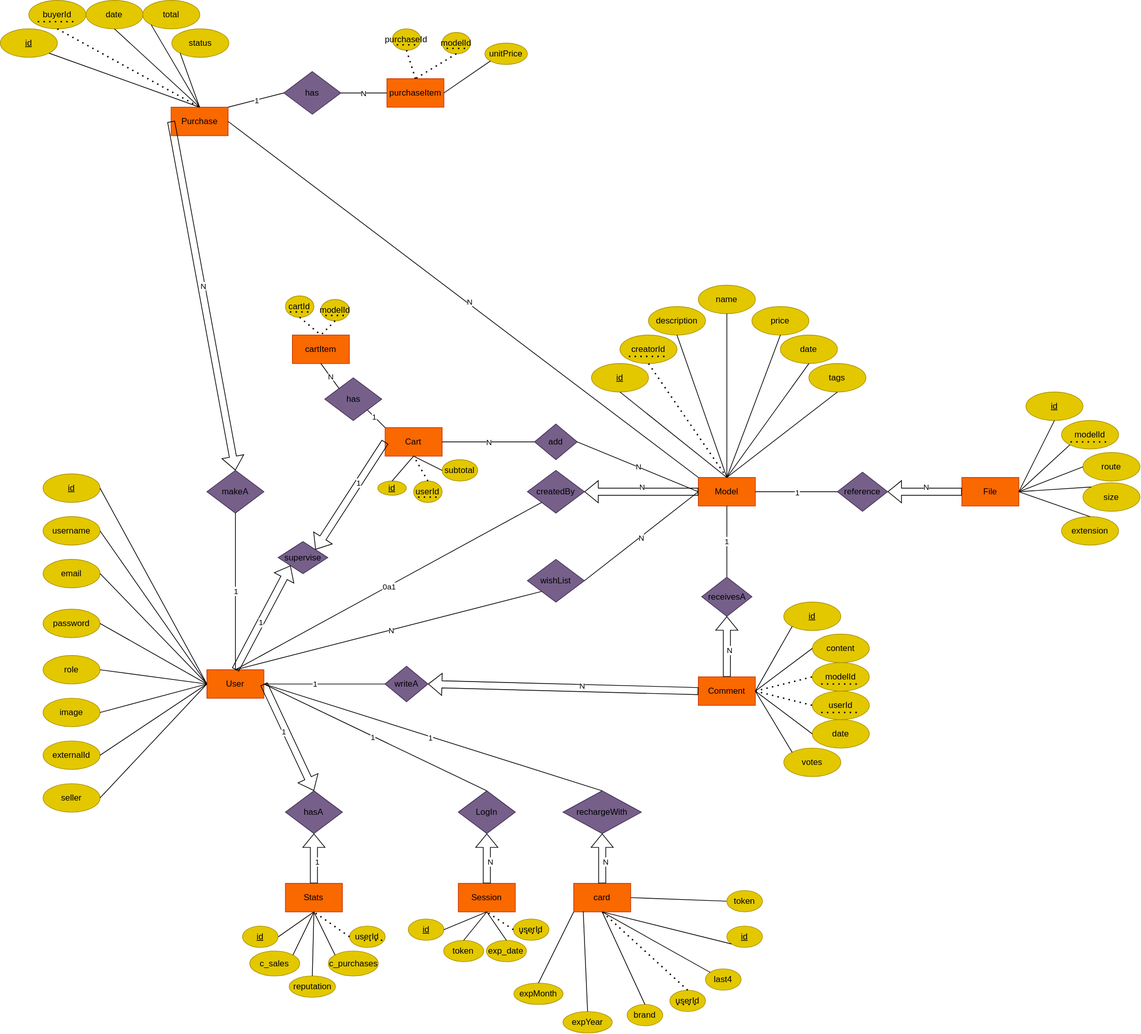
Above: docs/design/tridi.diagrama.svg in IIC2513/Tridi_frontend_26-1 (draw.io), before the change. Source tidied: cells renumbered, new cells last; positions are measured from the earlier drawing's top-left corner, leaving out a move shared by most shapes.
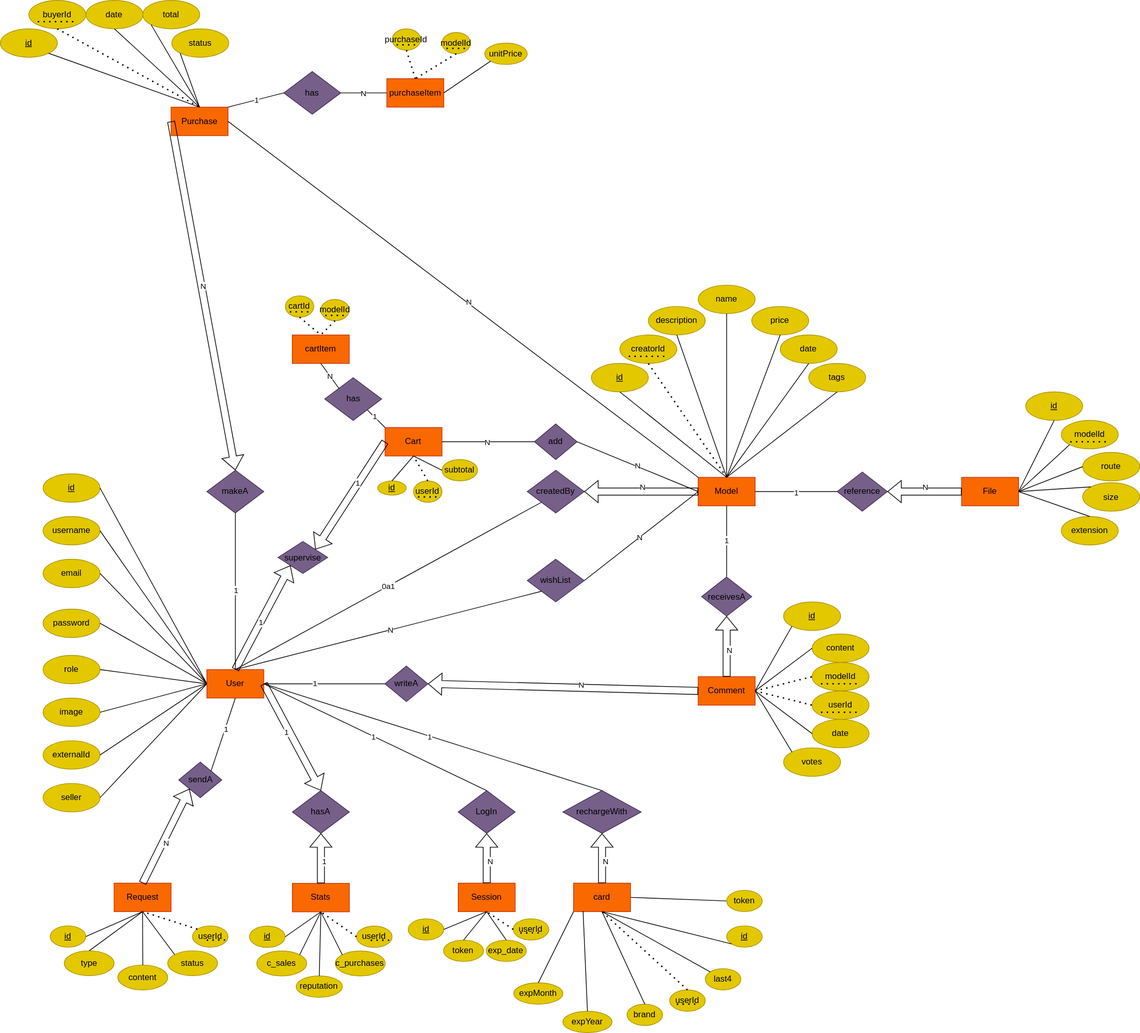
After the change.

Commit message:
docs(Request): The diagram was updated to include the new 'Request' entity for user requests.

Change to the diagram source:
```diff
@@ -66,10 +66,10 @@
       <mxGeometry x="60" y="1100" width="80" height="40" as="geometry" />
     </mxCell>
     <mxCell id="21" value="Stats" style="rounded=0;whiteSpace=wrap;html=1;fillColor=#fa6800;strokeColor=#C73500;strokeWidth=1;fontColor=#000000;" parent="1" vertex="1">
-      <mxGeometry x="400.2" y="1240" width="80" height="40" as="geometry" />
+      <mxGeometry x="410.1" y="1240.3" width="80" height="40" as="geometry" />
     </mxCell>
     <mxCell id="22" value="hasA" style="rhombus;whiteSpace=wrap;html=1;fillColor=#76608a;strokeColor=#432D57;fontColor=#000000;" parent="1" vertex="1">
-      <mxGeometry x="400.2" y="1110" width="80" height="60" as="geometry" />
+      <mxGeometry x="410.1" y="1110" width="80" height="60" as="geometry" />
     </mxCell>
     <mxCell id="23" value="&lt;font color=&quot;#000000&quot;&gt;tags&lt;/font&gt;" style="ellipse;whiteSpace=wrap;html=1;fillColor=#e3c800;strokeColor=#B09500;fontColor=#000000;" parent="1" vertex="1">
       <mxGeometry x="1135.2" y="510" width="80" height="40" as="geometry" />
@@ -312,23 +312,23 @@
       <mxGeometry x="1020" y="1300" width="50" height="30" as="geometry" />
     </mxCell>
     <mxCell id="96" value="&lt;font style=&quot;color: rgb(0, 0, 0);&quot;&gt;&lt;u&gt;id&lt;/u&gt;&lt;/font&gt;" style="ellipse;whiteSpace=wrap;html=1;fillColor=#e3c800;strokeColor=#B09500;fontColor=#000000;" parent="1" vertex="1">
-      <mxGeometry x="340" y="1300" width="50" height="30" as="geometry" />
+      <mxGeometry x="349.9" y="1300.3" width="50" height="30" as="geometry" />
     </mxCell>
     <mxCell id="97" value="reputation" style="ellipse;whiteSpace=wrap;html=1;fillColor=#e3c800;strokeColor=#B09500;fontColor=#000000;" parent="1" vertex="1">
-      <mxGeometry x="405.5" y="1370" width="65" height="30" as="geometry" />
+      <mxGeometry x="415.4" y="1370.3" width="65" height="30" as="geometry" />
     </mxCell>
     <mxCell id="98" style="group;" parent="1" vertex="1">
       <mxGeometry x="490" y="1300" width="80" height="40" as="geometry" />
     </mxCell>
     <mxCell id="99" value="&lt;font color=&quot;#000000&quot;&gt;userId&lt;/font&gt;" style="ellipse;whiteSpace=wrap;html=1;fillColor=#e3c800;strokeColor=#B09500;fontColor=#000000;perimeterSpacing=0;" parent="98" vertex="1">
-      <mxGeometry x="0.2" width="50" height="30" as="geometry" />
+      <mxGeometry x="10.1" y="0.3" width="50" height="30" as="geometry" />
     </mxCell>
     <mxCell id="100" style="endArrow=none;dashed=1;html=1;dashPattern=1 3;strokeWidth=2;rounded=0;fontColor=default;labelBackgroundColor=none;strokeColor=#000000;" parent="98" edge="1">
       <mxGeometry relative="1" as="geometry">
-        <mxPoint x="20.2" y="20" as="sourcePoint" />
-        <mxPoint x="50.2" y="20" as="targetPoint" />
+        <mxPoint x="30.1" y="20.3" as="sourcePoint" />
+        <mxPoint x="60.1" y="20.3" as="targetPoint" />
         <Array as="points">
-          <mxPoint x="47.8" y="19.9" />
+          <mxPoint x="57.6" y="20.1" />
         </Array>
       </mxGeometry>
     </mxCell>
@@ -357,10 +357,10 @@
       <mxGeometry x="2.1" width="56.2" height="30" as="geometry" />
     </mxCell>
     <mxCell id="107" value="c_purchases" style="ellipse;whiteSpace=wrap;html=1;fillColor=#e3c800;strokeColor=#B09500;fontColor=#000000;" parent="1" vertex="1">
-      <mxGeometry x="460.5" y="1335" width="70" height="35" as="geometry" />
+      <mxGeometry x="470.4" y="1335.3" width="70" height="35" as="geometry" />
     </mxCell>
     <mxCell id="108" value="c_sales" style="ellipse;whiteSpace=wrap;html=1;fillColor=#e3c800;strokeColor=#B09500;fontColor=#000000;" parent="1" vertex="1">
-      <mxGeometry x="350.2" y="1335" width="70" height="35" as="geometry" />
+      <mxGeometry x="360.1" y="1335.3" width="70" height="35" as="geometry" />
     </mxCell>
     <mxCell id="109" style="group;" parent="1" vertex="1">
       <mxGeometry x="680.2" y="1320" width="90" height="40" as="geometry" />
@@ -439,7 +439,7 @@
     </mxCell>
     <mxCell id="132" style="endArrow=none;html=1;rounded=0;entryX=0.5;entryY=1;entryDx=0;entryDy=0;exitX=1;exitY=0.5;exitDx=0;exitDy=0;" parent="1" edge="1" target="21">
       <mxGeometry relative="1" as="geometry">
-        <mxPoint x="390.2" y="1315" as="sourcePoint" />
+        <mxPoint x="400.1" y="1315.3" as="sourcePoint" />
       </mxGeometry>
     </mxCell>
     <mxCell id="133" style="endArrow=none;html=1;rounded=0;entryX=0.5;entryY=1;entryDx=0;entryDy=0;exitX=1;exitY=0;exitDx=0;exitDy=0;" parent="1" edge="1" source="108" target="21">
@@ -736,5 +736,62 @@
     <mxCell id="217" style="endArrow=none;html=1;rounded=0;entryX=0.167;entryY=0.983;entryDx=0;entryDy=0;entryPerimeter=0;exitX=0.5;exitY=0;exitDx=0;exitDy=0;" parent="1" edge="1" source="215" target="74">
       <mxGeometry relative="1" as="geometry" />
     </mxCell>
+    <mxCell id="218" value="Request" style="rounded=0;whiteSpace=wrap;html=1;fillColor=#fa6800;strokeColor=#C73500;strokeWidth=1;fontColor=#000000;" parent="1" vertex="1">
+      <mxGeometry x="159.8" y="1240" width="80" height="40" as="geometry" />
+    </mxCell>
+    <mxCell id="219" value="sendA" style="rhombus;whiteSpace=wrap;html=1;fillColor=#76608a;strokeColor=#432D57;fontColor=#000000;" parent="1" vertex="1">
+      <mxGeometry x="250.5" y="1070" width="60.5" height="50" as="geometry" />
+    </mxCell>
+    <mxCell id="220" style="endArrow=none;html=1;rounded=0;exitX=0.5;exitY=1;exitDx=0;exitDy=0;entryX=1;entryY=0;entryDx=0;entryDy=0;" parent="1" edge="1" source="2" target="219">
+      <mxGeometry relative="1" as="geometry" />
+    </mxCell>
+    <mxCell id="221" value="1" style="edgeLabel;html=1;align=center;verticalAlign=middle;" parent="220" vertex="1">
+      <mxGeometry x="-0.15" y="1" relative="1" as="geometry" />
+    </mxCell>
+    <mxCell id="222" style="shape=flexArrow;endArrow=classic;html=1;rounded=0;entryX=0;entryY=1;entryDx=0;entryDy=0;exitX=0.5;exitY=0;exitDx=0;exitDy=0;" parent="1" edge="1" source="218" target="219">
+      <mxGeometry relative="1" as="geometry" />
+    </mxCell>
+    <mxCell id="223" value="N" style="edgeLabel;html=1;align=center;verticalAlign=middle;" parent="222" vertex="1">
+      <mxGeometry x="-0.13" y="-4" relative="1" as="geometry" />
+    </mxCell>
+    <mxCell id="224" value="&lt;font style=&quot;color: rgb(0, 0, 0);&quot;&gt;&lt;u&gt;id&lt;/u&gt;&lt;/font&gt;" style="ellipse;whiteSpace=wrap;html=1;fillColor=#e3c800;strokeColor=#B09500;fontColor=#000000;" parent="1" vertex="1">
+      <mxGeometry x="70" y="1300" width="50" height="30" as="geometry" />
+    </mxCell>
+    <mxCell id="225" value="type" style="ellipse;whiteSpace=wrap;html=1;fillColor=#e3c800;strokeColor=#B09500;fontColor=#000000;" parent="1" vertex="1">
+      <mxGeometry x="89.8" y="1335" width="70" height="35" as="geometry" />
+    </mxCell>
+    <mxCell id="226" value="&lt;font color=&quot;#000000&quot;&gt;userId&lt;/font&gt;" style="ellipse;whiteSpace=wrap;html=1;fillColor=#e3c800;strokeColor=#B09500;fontColor=#000000;perimeterSpacing=0;" parent="1" vertex="1">
+      <mxGeometry x="269.8" y="1300" width="50" height="30" as="geometry" />
+    </mxCell>
+    <mxCell id="227" style="endArrow=none;dashed=1;html=1;dashPattern=1 3;strokeWidth=2;rounded=0;fontColor=default;labelBackgroundColor=none;strokeColor=#000000;" parent="1" edge="1">
+      <mxGeometry relative="1" as="geometry">
+        <mxPoint x="289.8" y="1320" as="sourcePoint" />
+        <mxPoint x="319.8" y="1320" as="targetPoint" />
+        <Array as="points">
+          <mxPoint x="317.2" y="1319.9" />
+        </Array>
+      </mxGeometry>
+    </mxCell>
+    <mxCell id="228" value="content" style="ellipse;whiteSpace=wrap;html=1;fillColor=#e3c800;strokeColor=#B09500;fontColor=#000000;" parent="1" vertex="1">
+      <mxGeometry x="165" y="1355" width="70" height="35" as="geometry" />
+    </mxCell>
+    <mxCell id="229" value="status" style="ellipse;whiteSpace=wrap;html=1;fillColor=#e3c800;strokeColor=#B09500;fontColor=#000000;" parent="1" vertex="1">
+      <mxGeometry x="235" y="1335" width="70" height="35" as="geometry" />
+    </mxCell>
+    <mxCell id="230" style="endArrow=none;html=1;rounded=0;entryX=0.5;entryY=1;entryDx=0;entryDy=0;exitX=1;exitY=0.5;exitDx=0;exitDy=0;" parent="1" edge="1" source="224" target="218">
+      <mxGeometry relative="1" as="geometry" />
+    </mxCell>
+    <mxCell id="231" style="endArrow=none;dashed=1;html=1;dashPattern=1 3;strokeWidth=2;rounded=0;entryX=0.5;entryY=1;entryDx=0;entryDy=0;exitX=0;exitY=0;exitDx=0;exitDy=0;" parent="1" edge="1" source="226" target="218">
+      <mxGeometry relative="1" as="geometry" />
+    </mxCell>
+    <mxCell id="232" style="endArrow=none;html=1;rounded=0;entryX=0.5;entryY=1;entryDx=0;entryDy=0;exitX=0.5;exitY=0;exitDx=0;exitDy=0;" parent="1" edge="1" source="225" target="218">
+      <mxGeometry relative="1" as="geometry" />
+    </mxCell>
+    <mxCell id="233" style="endArrow=none;html=1;rounded=0;entryX=0.5;entryY=1;entryDx=0;entryDy=0;exitX=0.5;exitY=0;exitDx=0;exitDy=0;" parent="1" edge="1" source="228" target="218">
+      <mxGeometry relative="1" as="geometry" />
+    </mxCell>
+    <mxCell id="234" style="endArrow=none;html=1;rounded=0;entryX=0.5;entryY=1;entryDx=0;entryDy=0;exitX=0;exitY=0;exitDx=0;exitDy=0;" parent="1" edge="1" source="229" target="218">
+      <mxGeometry relative="1" as="geometry" />
+    </mxCell>
   </root>
 </mxGraphModel>
```
